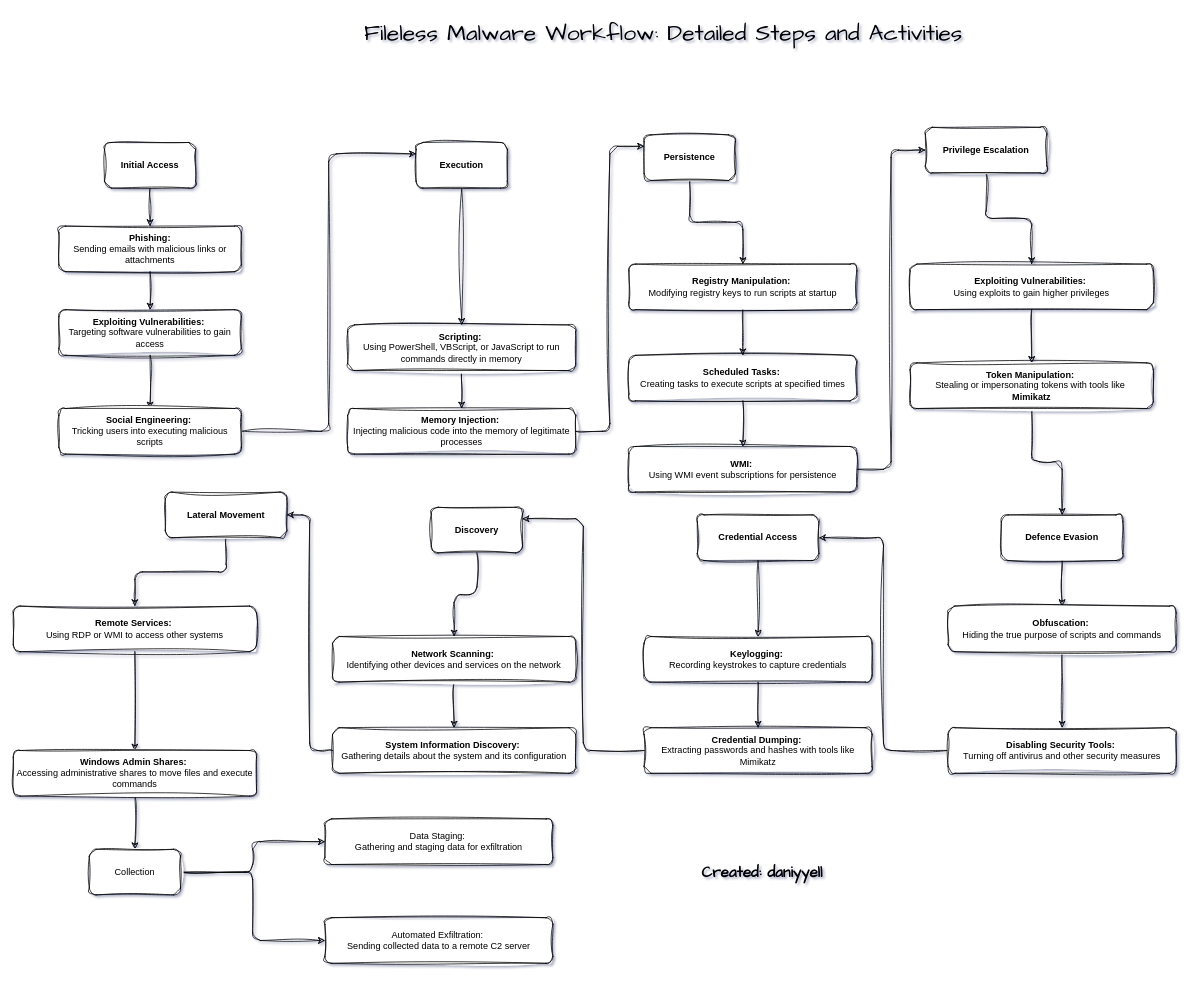
Earlier version of the draw.io diagram Untitled Diagram.drawio (daniyyell-dev/draw.io). Source tidied: cells renumbered, new cells numbered last; positions are measured from the earlier drawing's top-left corner, leaving out a move shared by most shapes. Both pictures are drawn from the tidied source at 76%, with x=0, y=0 at pixel (13, 13).
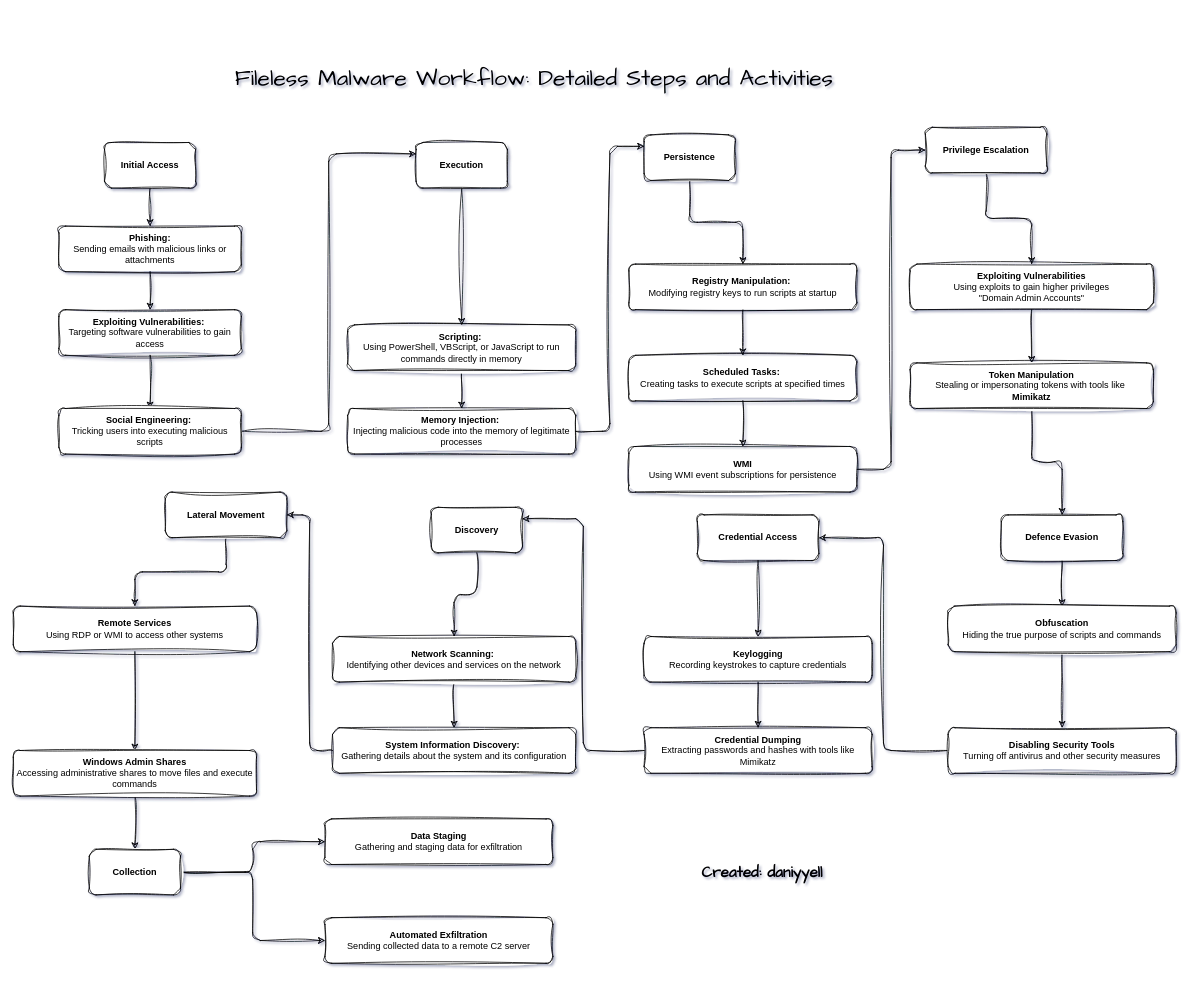
The same page after the edit.

Unchanged cells that the change refers to:
```xml
<mxCell id="44" style="group;labelBackgroundColor=none;rounded=1;sketch=1;curveFitting=1;jiggle=2;" parent="1" vertex="1">
  <mxGeometry x="1230" y="660" width="300" height="340" as="geometry" />
</mxCell>
<mxCell id="50" style="group;labelBackgroundColor=none;rounded=1;sketch=1;curveFitting=1;jiggle=2;" parent="1" vertex="1">
  <mxGeometry x="830" y="660" width="300" height="340" as="geometry" />
</mxCell>
```

Change to the diagram source:
```diff
@@
-    <mxCell id="9" value="&lt;div&gt;&lt;b&gt;WMI:&amp;nbsp;&lt;/b&gt;&lt;/div&gt;&lt;div&gt;Using WMI event subscriptions for persistence&lt;/div&gt;" style="rounded=1;whiteSpace=wrap;html=1;labelBackgroundColor=none;sketch=1;curveFitting=1;jiggle=2;" parent="1" vertex="1">
+    <mxCell id="9" value="&lt;div&gt;&lt;b&gt;WMI &lt;br&gt;&lt;/b&gt;&lt;/div&gt;&lt;div&gt;Using WMI event subscriptions for persistence&lt;/div&gt;" style="rounded=1;whiteSpace=wrap;html=1;labelBackgroundColor=none;sketch=1;curveFitting=1;jiggle=2;" parent="1" vertex="1">
       <mxGeometry x="810" y="570" width="300" height="60" as="geometry" />
     </mxCell>
@@
-    <mxCell id="13" value="&lt;div&gt;&lt;b&gt;Exploiting Vulnerabilities:&amp;nbsp;&lt;/b&gt;&lt;/div&gt;&lt;div&gt;Using exploits to gain higher privileges&lt;/div&gt;" style="rounded=1;whiteSpace=wrap;html=1;labelBackgroundColor=none;sketch=1;curveFitting=1;jiggle=2;" parent="1" vertex="1">
+    <mxCell id="13" value="&lt;div&gt;&lt;b&gt;Exploiting Vulnerabilities &lt;br&gt;&lt;/b&gt;&lt;/div&gt;&lt;div&gt;Using exploits to gain higher privileges&lt;/div&gt;&lt;div&gt;&lt;span style=&quot;&quot; class=&quot;hs_cos_wrapper hs_cos_wrapper_meta_field hs_cos_wrapper_type_rich_text&quot; id=&quot;hs_cos_wrapper_post_body&quot;&gt;&quot;Domain Admin Accounts&quot;&lt;/span&gt;&lt;/div&gt;" style="rounded=1;whiteSpace=wrap;html=1;labelBackgroundColor=none;sketch=1;curveFitting=1;jiggle=2;" parent="1" vertex="1">
       <mxGeometry x="1180" y="330" width="320" height="60" as="geometry" />
     </mxCell>
@@
-    <mxCell id="15" value="&lt;div&gt;&lt;b&gt;Token Manipulation:&amp;nbsp;&lt;/b&gt;&lt;/div&gt;&lt;div&gt;Stealing or impersonating tokens with tools like&amp;nbsp;&lt;/div&gt;&lt;div&gt;&lt;b&gt;Mimikatz&lt;/b&gt;&lt;/div&gt;" style="rounded=1;whiteSpace=wrap;html=1;labelBackgroundColor=none;sketch=1;curveFitting=1;jiggle=2;" parent="1" vertex="1">
+    <mxCell id="15" value="&lt;div&gt;&lt;b&gt;Token Manipulation &lt;br&gt;&lt;/b&gt;&lt;/div&gt;&lt;div&gt;Stealing or impersonating tokens with tools like&amp;nbsp;&lt;/div&gt;&lt;div&gt;&lt;b&gt;Mimikatz&lt;/b&gt;&lt;/div&gt;" style="rounded=1;whiteSpace=wrap;html=1;labelBackgroundColor=none;sketch=1;curveFitting=1;jiggle=2;" parent="1" vertex="1">
       <mxGeometry x="1180" y="460" width="320" height="60" as="geometry" />
     </mxCell>
@@
-    <mxCell id="33" value="&lt;div&gt;&lt;b&gt;Remote Services:&amp;nbsp;&lt;/b&gt;&lt;/div&gt;&lt;div&gt;Using RDP or WMI to access other systems&lt;/div&gt;" style="rounded=1;whiteSpace=wrap;html=1;labelBackgroundColor=none;sketch=1;curveFitting=1;jiggle=2;" parent="1" vertex="1">
+    <mxCell id="33" value="&lt;div&gt;&lt;b&gt;Remote Services &lt;br&gt;&lt;/b&gt;&lt;/div&gt;&lt;div&gt;Using RDP or WMI to access other systems&lt;/div&gt;" style="rounded=1;whiteSpace=wrap;html=1;labelBackgroundColor=none;sketch=1;curveFitting=1;jiggle=2;" parent="1" vertex="1">
       <mxGeometry y="780" width="320" height="60" as="geometry" />
     </mxCell>
@@
-    <mxCell id="35" value="&lt;div&gt;&lt;b&gt;Windows Admin Shares:&lt;/b&gt;&amp;nbsp;&lt;/div&gt;&lt;div&gt;Accessing administrative shares to move files and execute commands&lt;/div&gt;" style="rounded=1;whiteSpace=wrap;html=1;labelBackgroundColor=none;sketch=1;curveFitting=1;jiggle=2;" parent="1" vertex="1">
+    <mxCell id="35" value="&lt;div&gt;&lt;b&gt;Windows Admin Shares&lt;/b&gt; &lt;br&gt;&lt;/div&gt;&lt;div&gt;Accessing administrative shares to move files and execute commands&lt;/div&gt;" style="rounded=1;whiteSpace=wrap;html=1;labelBackgroundColor=none;sketch=1;curveFitting=1;jiggle=2;" parent="1" vertex="1">
       <mxGeometry y="970" width="320" height="60" as="geometry" />
     </mxCell>
@@
-    <mxCell id="48" value="&lt;div&gt;&lt;b&gt;Obfuscation:&amp;nbsp;&lt;/b&gt;&lt;/div&gt;&lt;div&gt;Hiding the true purpose of scripts and commands&lt;/div&gt;" style="rounded=1;whiteSpace=wrap;html=1;labelBackgroundColor=none;sketch=1;curveFitting=1;jiggle=2;" parent="44" vertex="1">
+    <mxCell id="48" value="&lt;div&gt;&lt;b&gt;Obfuscation &lt;br&gt;&lt;/b&gt;&lt;/div&gt;&lt;div&gt;Hiding the true purpose of scripts and commands&lt;/div&gt;" style="rounded=1;whiteSpace=wrap;html=1;labelBackgroundColor=none;sketch=1;curveFitting=1;jiggle=2;" parent="44" vertex="1">
       <mxGeometry y="120" width="300" height="60" as="geometry" />
     </mxCell>
-    <mxCell id="49" value="&lt;div&gt;&lt;b&gt;Disabling Security Tools:&amp;nbsp;&lt;/b&gt;&lt;/div&gt;&lt;div&gt;Turning off antivirus and other security measures&lt;/div&gt;" style="rounded=1;whiteSpace=wrap;html=1;labelBackgroundColor=none;sketch=1;curveFitting=1;jiggle=2;" parent="44" vertex="1">
+    <mxCell id="49" value="&lt;div&gt;&lt;b&gt;Disabling Security Tools &lt;br&gt;&lt;/b&gt;&lt;/div&gt;&lt;div&gt;Turning off antivirus and other security measures&lt;/div&gt;" style="rounded=1;whiteSpace=wrap;html=1;labelBackgroundColor=none;sketch=1;curveFitting=1;jiggle=2;" parent="44" vertex="1">
       <mxGeometry y="280" width="300" height="60" as="geometry" />
     </mxCell>
@@
-    <mxCell id="54" value="&lt;div&gt;&lt;b&gt;Keylogging:&amp;nbsp;&lt;/b&gt;&lt;/div&gt;&lt;div&gt;Recording keystrokes to capture credentials&lt;/div&gt;" style="rounded=1;whiteSpace=wrap;html=1;labelBackgroundColor=none;sketch=1;curveFitting=1;jiggle=2;" parent="50" vertex="1">
+    <mxCell id="54" value="&lt;div&gt;&lt;b&gt;Keylogging&lt;/b&gt;&lt;/div&gt;&lt;div&gt;Recording keystrokes to capture credentials&lt;/div&gt;" style="rounded=1;whiteSpace=wrap;html=1;labelBackgroundColor=none;sketch=1;curveFitting=1;jiggle=2;" parent="50" vertex="1">
       <mxGeometry y="160" width="300" height="60" as="geometry" />
     </mxCell>
-    <mxCell id="55" value="&lt;div&gt;&lt;b&gt;Credential Dumping:&amp;nbsp;&lt;/b&gt;&lt;/div&gt;&lt;div&gt;Extracting passwords and hashes with tools like Mimikatz&lt;/div&gt;" style="rounded=1;whiteSpace=wrap;html=1;labelBackgroundColor=none;sketch=1;curveFitting=1;jiggle=2;" parent="50" vertex="1">
+    <mxCell id="55" value="&lt;div&gt;&lt;b&gt;Credential Dumping&lt;/b&gt;&lt;/div&gt;&lt;div&gt;Extracting passwords and hashes with tools like Mimikatz&lt;/div&gt;" style="rounded=1;whiteSpace=wrap;html=1;labelBackgroundColor=none;sketch=1;curveFitting=1;jiggle=2;" parent="50" vertex="1">
       <mxGeometry y="280" width="300" height="60" as="geometry" />
     </mxCell>
@@
-    <mxCell id="60" value="Collection" style="rounded=1;whiteSpace=wrap;html=1;labelBackgroundColor=none;sketch=1;curveFitting=1;jiggle=2;" parent="1" vertex="1">
+    <mxCell id="60" value="&lt;b&gt;Collection&lt;/b&gt;" style="rounded=1;whiteSpace=wrap;html=1;labelBackgroundColor=none;sketch=1;curveFitting=1;jiggle=2;" parent="1" vertex="1">
       <mxGeometry x="100" y="1100" width="120" height="60" as="geometry" />
     </mxCell>
-    <mxCell id="61" value="&lt;div&gt;Data Staging:&amp;nbsp;&lt;/div&gt;&lt;div&gt;Gathering and staging data for exfiltration&lt;/div&gt;" style="rounded=1;whiteSpace=wrap;html=1;labelBackgroundColor=none;sketch=1;curveFitting=1;jiggle=2;" parent="1" vertex="1">
+    <mxCell id="61" value="&lt;div&gt;&lt;b&gt;Data Staging &lt;br&gt;&lt;/b&gt;&lt;/div&gt;&lt;div&gt;Gathering and staging data for exfiltration&lt;/div&gt;" style="rounded=1;whiteSpace=wrap;html=1;labelBackgroundColor=none;sketch=1;curveFitting=1;jiggle=2;" parent="1" vertex="1">
       <mxGeometry x="410" y="1060" width="300" height="60" as="geometry" />
     </mxCell>
-    <mxCell id="62" value="&lt;div&gt;Automated Exfiltration:&amp;nbsp;&lt;/div&gt;&lt;div&gt;Sending collected data to a remote C2 server&lt;br&gt;&lt;/div&gt;" style="rounded=1;whiteSpace=wrap;html=1;labelBackgroundColor=none;sketch=1;curveFitting=1;jiggle=2;" parent="1" vertex="1">
+    <mxCell id="62" value="&lt;div&gt;&lt;b&gt;Automated Exfiltration&lt;/b&gt;&lt;/div&gt;&lt;div&gt;Sending collected data to a remote C2 server&lt;br&gt;&lt;/div&gt;" style="rounded=1;whiteSpace=wrap;html=1;labelBackgroundColor=none;sketch=1;curveFitting=1;jiggle=2;" parent="1" vertex="1">
       <mxGeometry x="410" y="1190" width="300" height="60" as="geometry" />
     </mxCell>
@@
     <mxCell id="64" value="&lt;font style=&quot;font-size: 30px;&quot;&gt;Fileless Malware Workflow: Detailed Steps and Activities&lt;/font&gt;" style="text;html=1;align=center;verticalAlign=middle;strokeColor=none;fillColor=none;fontFamily=Architects Daughter;" parent="1" vertex="1">
-      <mxGeometry x="450" width="810" height="50" as="geometry" />
+      <mxGeometry x="280" y="60" width="810" height="50" as="geometry" />
     </mxCell>
```
